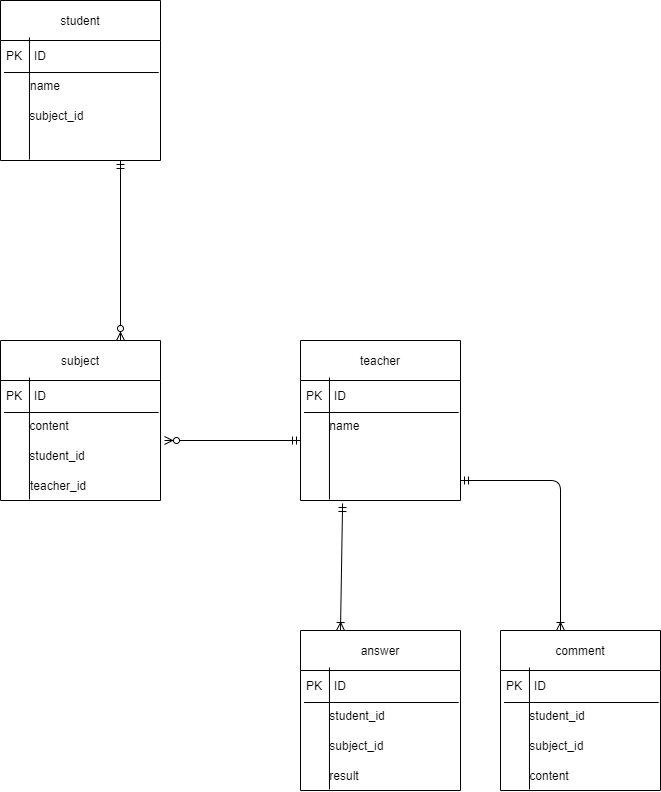
Above: index.drawio.png in azuma2/ER (draw.io), before the change. Source tidied: cells renumbered, new cells last; positions are measured from the earlier drawing's top-left corner, leaving out a move shared by most shapes.
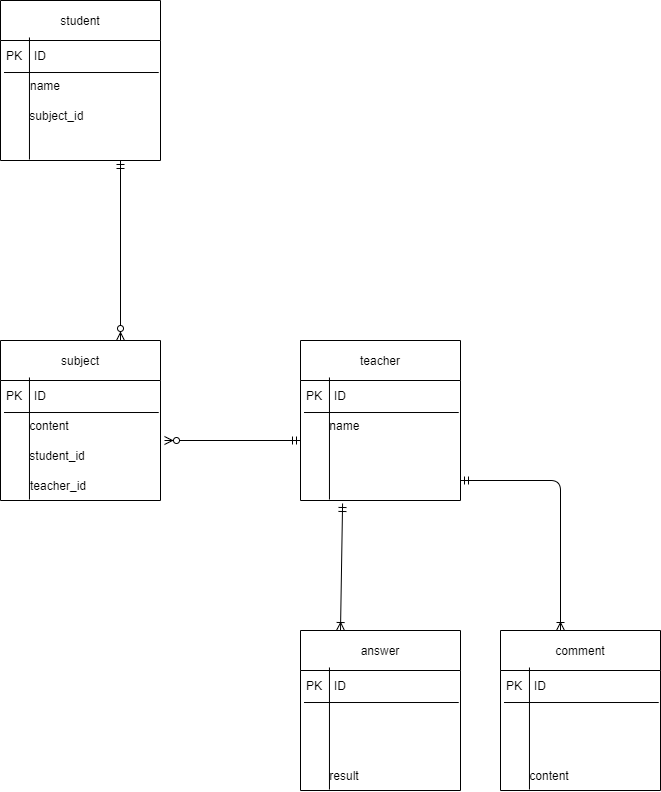
Above is the later version.

What changed in the source:
```diff
@@ -71,10 +71,10 @@
     <mxCell id="24" value="PK　ID" style="text;strokeColor=none;fillColor=none;align=left;verticalAlign=middle;spacingLeft=4;spacingRight=4;overflow=hidden;points=[[0,0.5],[1,0.5]];portConstraint=eastwest;" parent="23" vertex="1">
       <mxGeometry y="40" width="160" height="30" as="geometry" />
     </mxCell>
-    <mxCell id="25" value="       student_id" style="text;strokeColor=none;fillColor=none;align=left;verticalAlign=middle;spacingLeft=4;spacingRight=4;overflow=hidden;points=[[0,0.5],[1,0.5]];portConstraint=eastwest;" parent="23" vertex="1">
+    <mxCell id="25" value=" " style="text;strokeColor=none;fillColor=none;align=left;verticalAlign=middle;spacingLeft=4;spacingRight=4;overflow=hidden;points=[[0,0.5],[1,0.5]];portConstraint=eastwest;" parent="23" vertex="1">
       <mxGeometry y="70" width="160" height="30" as="geometry" />
     </mxCell>
-    <mxCell id="26" value="       subject_id" style="text;strokeColor=none;fillColor=none;align=left;verticalAlign=middle;spacingLeft=4;spacingRight=4;overflow=hidden;" parent="23" vertex="1">
+    <mxCell id="26" value=" " style="text;strokeColor=none;fillColor=none;align=left;verticalAlign=middle;spacingLeft=4;spacingRight=4;overflow=hidden;" parent="23" vertex="1">
       <mxGeometry y="100" width="160" height="30" as="geometry" />
     </mxCell>
     <mxCell id="27" value="       result" style="text;strokeColor=none;fillColor=none;align=left;verticalAlign=middle;spacingLeft=4;spacingRight=4;overflow=hidden;points=[[0,0.5],[1,0.5]];portConstraint=eastwest;" parent="23" vertex="1">
@@ -92,10 +92,10 @@
     <mxCell id="31" value="PK　ID" style="text;strokeColor=none;fillColor=none;align=left;verticalAlign=middle;spacingLeft=4;spacingRight=4;overflow=hidden;points=[[0,0.5],[1,0.5]];portConstraint=eastwest;" parent="30" vertex="1">
       <mxGeometry y="40" width="160" height="30" as="geometry" />
     </mxCell>
-    <mxCell id="32" value="       student_id" style="text;strokeColor=none;fillColor=none;align=left;verticalAlign=middle;spacingLeft=4;spacingRight=4;overflow=hidden;points=[[0,0.5],[1,0.5]];portConstraint=eastwest;" parent="30" vertex="1">
+    <mxCell id="32" value=" " style="text;strokeColor=none;fillColor=none;align=left;verticalAlign=middle;spacingLeft=4;spacingRight=4;overflow=hidden;points=[[0,0.5],[1,0.5]];portConstraint=eastwest;" parent="30" vertex="1">
       <mxGeometry y="70" width="160" height="30" as="geometry" />
     </mxCell>
-    <mxCell id="33" value="       subject_id" style="text;strokeColor=none;fillColor=none;align=left;verticalAlign=middle;spacingLeft=4;spacingRight=4;overflow=hidden;" parent="30" vertex="1">
+    <mxCell id="33" value=" " style="text;strokeColor=none;fillColor=none;align=left;verticalAlign=middle;spacingLeft=4;spacingRight=4;overflow=hidden;" parent="30" vertex="1">
       <mxGeometry y="100" width="160" height="30" as="geometry" />
     </mxCell>
     <mxCell id="34" value="       content" style="text;strokeColor=none;fillColor=none;align=left;verticalAlign=middle;spacingLeft=4;spacingRight=4;overflow=hidden;points=[[0,0.5],[1,0.5]];portConstraint=eastwest;" parent="30" vertex="1">
```
